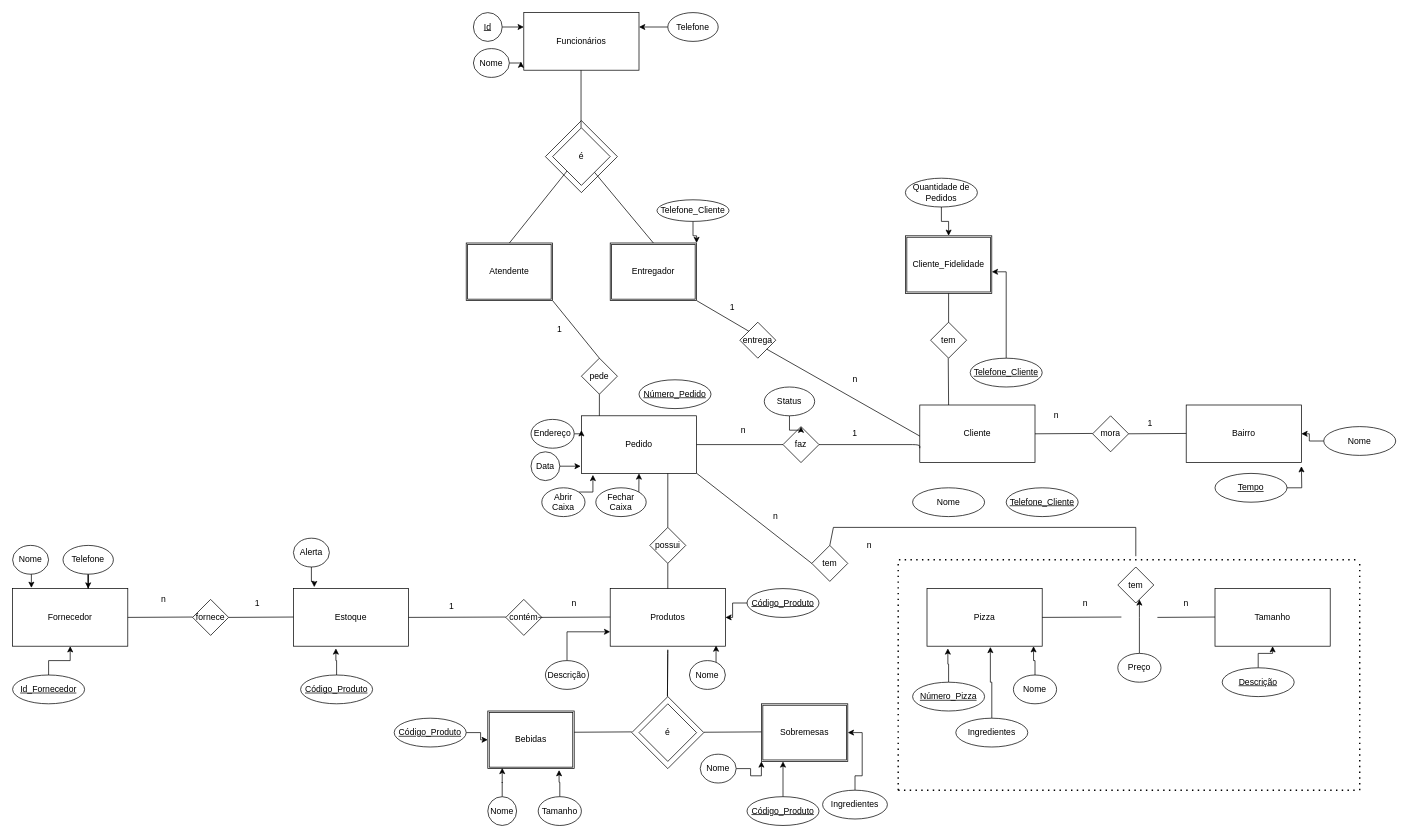
The draw.io diagram MER APSBD1.drawio in yangsouza/BD1, before the edit. Source tidied: cells renumbered, new cells numbered last; positions are measured from the earlier drawing's top-left corner, leaving out a move shared by most shapes. Both pictures are drawn from the tidied source at 72%, with x=0, y=0 at pixel (12, 12).
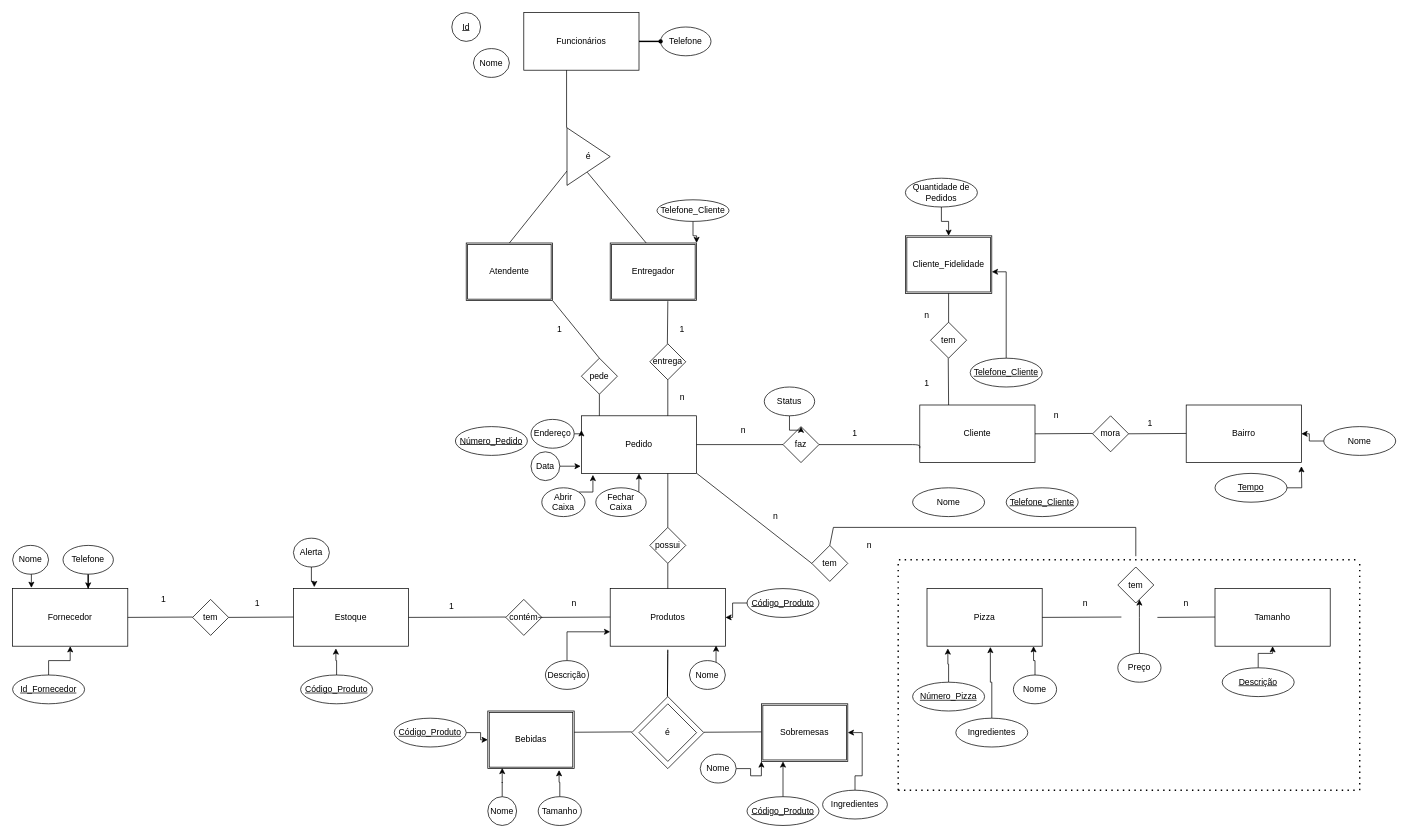
The same page after the edit.

Unchanged cells that the change refers to:
```xml
<mxCell id="2" value="Funcionários" style="rounded=0;whiteSpace=wrap;html=1;" parent="1" vertex="1">
  <mxGeometry x="710" width="160" height="80" as="geometry" />
</mxCell>
<mxCell id="4" value="Entregador" style="shape=ext;double=1;rounded=0;whiteSpace=wrap;html=1;" parent="1" vertex="1">
  <mxGeometry x="830" y="320" width="120" height="80" as="geometry" />
</mxCell>
<mxCell id="116" value="Nome" style="ellipse;whiteSpace=wrap;html=1;align=center;" parent="1" vertex="1">
  <mxGeometry x="640" y="50" width="50" height="40" as="geometry" />
</mxCell>
```

The edit, as a diff of the source:
```diff
@@
-    <mxCell id="5" value="é" style="rhombus;whiteSpace=wrap;html=1;" parent="1" vertex="1">
-      <mxGeometry x="750" y="160" width="80" height="80" as="geometry" />
-    </mxCell>
     <mxCell id="6" style="endArrow=none;html=1;" parent="1" edge="1">
       <mxGeometry relative="1" as="geometry">
-        <mxPoint x="789.5" y="160" as="sourcePoint" />
-        <mxPoint x="789.5" y="80" as="targetPoint" />
+        <mxPoint x="769.4" y="160" as="sourcePoint" />
+        <mxPoint x="769.4" y="80" as="targetPoint" />
       </mxGeometry>
     </mxCell>
-    <mxCell id="7" style="endArrow=none;html=1;entryX=0;entryY=1;entryDx=0;entryDy=0;" parent="1" edge="1" target="5">
+    <mxCell id="7" style="endArrow=none;html=1;entryX=0;entryY=1;entryDx=0;entryDy=0;" parent="1" edge="1">
       <mxGeometry relative="1" as="geometry">
         <mxPoint x="690" y="320" as="sourcePoint" />
+        <mxPoint x="770" y="220" as="targetPoint" />
       </mxGeometry>
     </mxCell>
-    <mxCell id="8" style="endArrow=none;html=1;" parent="1" edge="1" target="5">
+    <mxCell id="8" style="endArrow=none;html=1;" parent="1" edge="1">
       <mxGeometry relative="1" as="geometry">
-        <mxPoint x="890" y="320" as="sourcePoint" />
+        <mxPoint x="880" y="320" as="sourcePoint" />
+        <mxPoint x="798.2" y="221.8" as="targetPoint" />
       </mxGeometry>
     </mxCell>
-    <mxCell id="9" style="endArrow=none;html=1;" parent="1" edge="1">
-      <mxGeometry relative="1" as="geometry">
-        <mxPoint x="790" y="250" as="sourcePoint" />
-        <mxPoint x="840" y="200" as="targetPoint" />
-      </mxGeometry>
-    </mxCell>
-    <mxCell id="10" style="endArrow=none;html=1;" parent="1" edge="1">
-      <mxGeometry relative="1" as="geometry">
-        <mxPoint x="740" y="200" as="sourcePoint" />
-        <mxPoint x="790" y="250" as="targetPoint" />
-      </mxGeometry>
-    </mxCell>
-    <mxCell id="11" style="endArrow=none;html=1;" parent="1" edge="1">
-      <mxGeometry relative="1" as="geometry">
-        <mxPoint x="840" y="200" as="sourcePoint" />
-        <mxPoint x="790" y="150" as="targetPoint" />
-      </mxGeometry>
-    </mxCell>
-    <mxCell id="12" style="endArrow=none;html=1;" parent="1" edge="1">
-      <mxGeometry relative="1" as="geometry">
-        <mxPoint x="740" y="200" as="sourcePoint" />
-        <mxPoint x="790" y="150" as="targetPoint" />
-      </mxGeometry>
-    </mxCell>
@@
     <mxCell id="53" value="Número_Pedido" style="ellipse;whiteSpace=wrap;html=1;align=center;fontStyle=4;" parent="1" vertex="1">
-      <mxGeometry x="870" y="510" width="100" height="40" as="geometry" />
+      <mxGeometry x="615" y="575" width="100" height="40" as="geometry" />
     </mxCell>
@@
     <mxCell id="56" value="entrega" style="rhombus;whiteSpace=wrap;html=1;" parent="1" vertex="1">
-      <mxGeometry x="1010" y="430" width="50" height="50" as="geometry" />
+      <mxGeometry x="885" y="460" width="50" height="50" as="geometry" />
     </mxCell>
@@
-    <mxCell id="80" style="endArrow=none;html=1;entryX=1;entryY=1;entryDx=0;entryDy=0;" parent="1" edge="1" target="56">
-      <mxGeometry relative="1" as="geometry">
-        <mxPoint x="1260" y="588.2" as="sourcePoint" />
-      </mxGeometry>
-    </mxCell>
-    <mxCell id="81" style="endArrow=none;html=1;entryX=1;entryY=1;entryDx=0;entryDy=0;exitX=0;exitY=0;exitDx=0;exitDy=0;" parent="1" edge="1" source="56">
-      <mxGeometry relative="1" as="geometry">
-        <mxPoint x="950" y="400" as="targetPoint" />
-      </mxGeometry>
-    </mxCell>
@@
-    <mxCell id="103" value="fornece" style="rhombus;whiteSpace=wrap;html=1;" parent="1" vertex="1">
+    <mxCell id="103" value="tem" style="rhombus;whiteSpace=wrap;html=1;" parent="1" vertex="1">
       <mxGeometry x="250" y="815" width="50" height="50" as="geometry" />
     </mxCell>
@@
-    <mxCell id="112" style="edgeStyle=orthogonalEdgeStyle;rounded=0;jettySize=auto;html=1;exitX=1;exitY=0.5;exitDx=0;exitDy=0;entryX=0;entryY=0.25;entryDx=0;entryDy=0;" parent="1" edge="1" source="113" target="2">
-      <mxGeometry relative="1" as="geometry" />
-    </mxCell>
     <mxCell id="113" value="Id" style="ellipse;whiteSpace=wrap;html=1;align=center;fontStyle=4;" parent="1" vertex="1">
-      <mxGeometry x="640" width="40" height="40" as="geometry" />
+      <mxGeometry x="610" width="40" height="40" as="geometry" />
     </mxCell>
@@
-    <mxCell id="115" style="edgeStyle=orthogonalEdgeStyle;rounded=0;jettySize=auto;html=1;exitX=1;exitY=0.5;exitDx=0;exitDy=0;entryX=-0.025;entryY=0.85;entryDx=0;entryDy=0;entryPerimeter=0;" parent="1" edge="1" source="116" target="2">
-      <mxGeometry relative="1" as="geometry" />
-    </mxCell>
@@
-    <mxCell id="117" style="edgeStyle=orthogonalEdgeStyle;rounded=0;jettySize=auto;html=1;entryX=1;entryY=0.25;entryDx=0;entryDy=0;" parent="1" edge="1" source="118" target="2">
-      <mxGeometry relative="1" as="geometry" />
-    </mxCell>
     <mxCell id="118" value="Telefone" style="ellipse;whiteSpace=wrap;html=1;align=center;" parent="1" vertex="1">
-      <mxGeometry x="910" width="70" height="40" as="geometry" />
+      <mxGeometry x="900" y="20" width="70" height="40" as="geometry" />
     </mxCell>
@@
     <mxCell id="121" value="1" style="text;html=1;strokeColor=none;fillColor=none;align=center;verticalAlign=middle;whiteSpace=wrap;rounded=0;" parent="1" vertex="1">
-      <mxGeometry x="980" y="400" width="40" height="20" as="geometry" />
+      <mxGeometry x="910" y="430" width="40" height="20" as="geometry" />
     </mxCell>
@@
-    <mxCell id="136" value="n" style="text;html=1;strokeColor=none;fillColor=none;align=center;verticalAlign=middle;whiteSpace=wrap;rounded=0;" parent="1" vertex="1">
+    <mxCell id="136" value="1" style="text;html=1;strokeColor=none;fillColor=none;align=center;verticalAlign=middle;whiteSpace=wrap;rounded=0;" parent="1" vertex="1">
       <mxGeometry x="190" y="800" width="40" height="30" as="geometry" />
     </mxCell>
@@
     <mxCell id="147" value="n" style="text;html=1;align=center;verticalAlign=middle;strokeColor=none;" parent="1" vertex="1">
-      <mxGeometry x="1160" y="500" width="20" height="20" as="geometry" />
+      <mxGeometry x="920" y="525" width="20" height="20" as="geometry" />
     </mxCell>
@@
+    <mxCell id="5" value="é" style="triangle;whiteSpace=wrap;html=1;" parent="1" vertex="1">
+      <mxGeometry x="770" y="160" width="60" height="80" as="geometry" />
+    </mxCell>
+    <mxCell id="151" style="shape=waypoint;sketch=0;size=6;fillColor=none;perimeter=centerPerimeter;" parent="1" vertex="1">
+      <mxGeometry x="880" y="20" width="40" height="40" as="geometry" />
+    </mxCell>
+    <mxCell id="152" style="line;strokeWidth=2;html=1;" parent="1" vertex="1">
+      <mxGeometry x="870" y="35" width="30" height="10" as="geometry" />
+    </mxCell>
+    <mxCell id="153" style="endArrow=none;html=1;exitX=0.5;exitY=0;exitDx=0;exitDy=0;" parent="1" edge="1">
+      <mxGeometry relative="1" as="geometry">
+        <mxPoint x="910" y="560" as="sourcePoint" />
+        <mxPoint x="910" y="510" as="targetPoint" />
+      </mxGeometry>
+    </mxCell>
+    <mxCell id="154" style="endArrow=none;html=1;exitX=0.5;exitY=0;exitDx=0;exitDy=0;entryX=0.667;entryY=1.01;entryDx=0;entryDy=0;entryPerimeter=0;" parent="1" edge="1" target="4">
+      <mxGeometry relative="1" as="geometry">
+        <mxPoint x="909.4" y="460" as="sourcePoint" />
+      </mxGeometry>
+    </mxCell>
+    <mxCell id="155" value="1" style="text;html=1;strokeColor=none;fillColor=none;align=center;verticalAlign=middle;whiteSpace=wrap;rounded=0;" parent="1" vertex="1">
+      <mxGeometry x="1250" y="505" width="40" height="20" as="geometry" />
+    </mxCell>
+    <mxCell id="156" value="n" style="text;html=1;strokeColor=none;fillColor=none;align=center;verticalAlign=middle;whiteSpace=wrap;rounded=0;" parent="1" vertex="1">
+      <mxGeometry x="1250" y="410" width="40" height="20" as="geometry" />
+    </mxCell>
```
